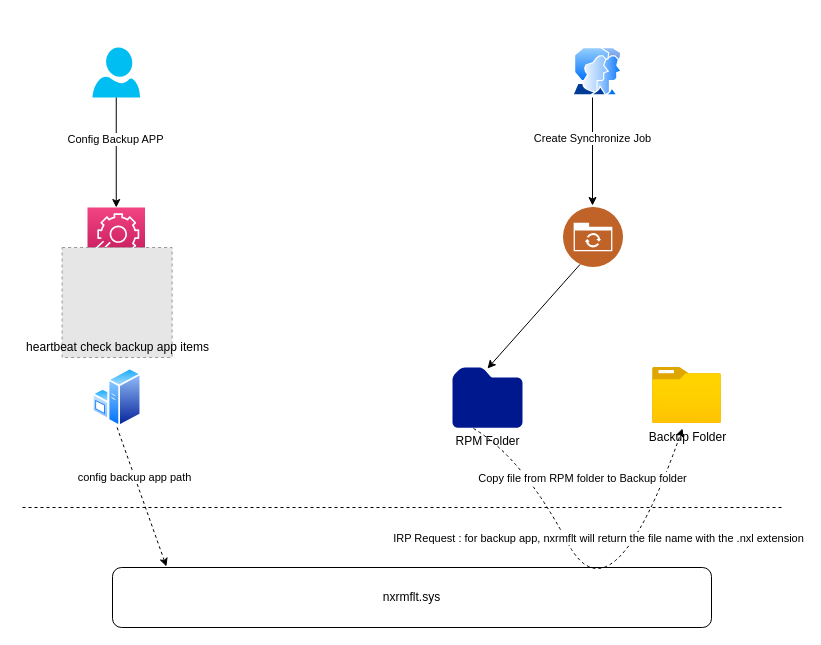
Before: BACKUP_1.drawio in linfenwen/draw_io, a draw.io diagram. Source tidied: cells renumbered, new cells numbered last; positions are measured from the earlier drawing's top-left corner, leaving out a move shared by most shapes. Both pictures are drawn from the tidied source at 100%, with x=0, y=0 at pixel (17, 47). Pictures stored in the file or linked from it are replaced by grey dashed boxes.
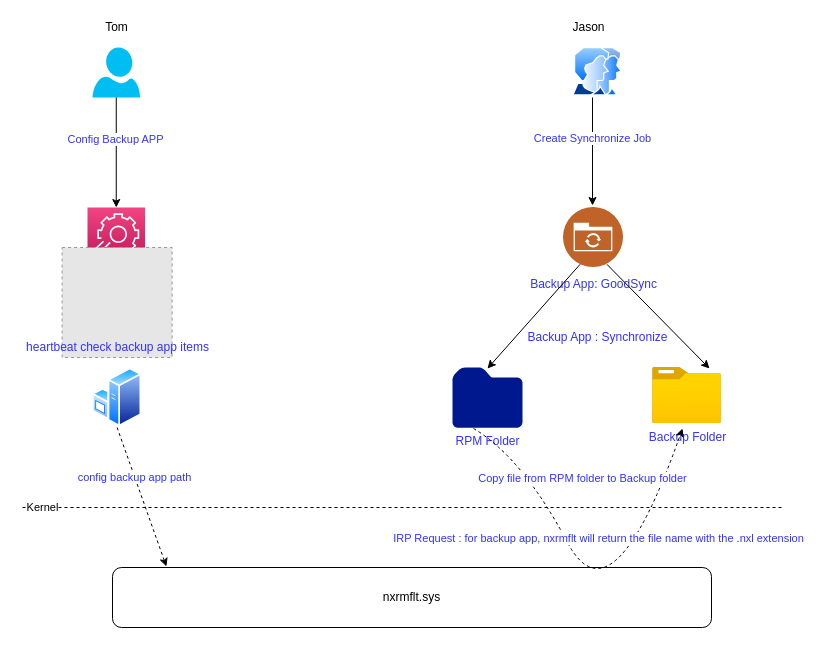
The same page after the edit.

Unchanged cells that the change refers to:
```xml
<mxCell id="9" style="endArrow=none;dashed=1;html=1;" parent="1" edge="1">
  <mxGeometry relative="1" as="geometry">
    <mxPoint x="5" y="460" as="sourcePoint" />
    <mxPoint x="765" y="460" as="targetPoint" />
  </mxGeometry>
</mxCell>
<mxCell id="11" style="endArrow=classic;html=1;exitX=0.5;exitY=1;exitDx=0;exitDy=0;exitPerimeter=0;" parent="1" edge="1" source="2" target="4">
  <mxGeometry relative="1" as="geometry" />
</mxCell>
<mxCell id="13" style="endArrow=classic;html=1;" parent="1" edge="1">
  <mxGeometry relative="1" as="geometry">
    <mxPoint x="575" y="50" as="sourcePoint" />
    <mxPoint x="575" y="158" as="targetPoint" />
  </mxGeometry>
</mxCell>
<mxCell id="16" style="curved=1;endArrow=classic;html=1;exitX=0.3;exitY=1.013;exitDx=0;exitDy=0;exitPerimeter=0;dashed=1;" parent="1" edge="1" source="6">
  <mxGeometry relative="1" as="geometry">
    <mxPoint x="665" y="381" as="targetPoint" />
    <Array as="points">
      <mxPoint x="505" y="410" />
      <mxPoint x="595" y="580" />
    </Array>
  </mxGeometry>
</mxCell>
<mxCell id="21" style="endArrow=classic;html=1;dashed=1;exitX=0.5;exitY=1;exitDx=0;exitDy=0;entryX=0.09;entryY=-0.017;entryDx=0;entryDy=0;entryPerimeter=0;" parent="1" edge="1" source="8" target="10">
  <mxGeometry relative="1" as="geometry" />
</mxCell>
```

The edit, as a diff of the source:
```diff
@@
-    <mxCell id="5" style="perimeter=ellipsePerimeter;html=1;align=center;shadow=0;dashed=0;fontColor=#4277BB;labelBackgroundColor=#ffffff;fontSize=12;spacingTop=3;image;image=img/lib/ibm/social/file_sync.svg;" parent="1" vertex="1">
+    <mxCell id="5" value="&lt;font color=&quot;#3333ff&quot;&gt;Backup App: GoodSync&lt;/font&gt;" style="perimeter=ellipsePerimeter;html=1;align=center;shadow=0;dashed=0;fontColor=#4277BB;labelBackgroundColor=#ffffff;fontSize=12;spacingTop=3;image;image=img/lib/ibm/social/file_sync.svg;" parent="1" vertex="1">
       <mxGeometry x="546" y="160" width="60" height="60" as="geometry" />
     </mxCell>
-    <mxCell id="6" value="RPM Folder" style="shadow=0;dashed=0;html=1;strokeColor=none;labelPosition=center;verticalLabelPosition=bottom;verticalAlign=top;align=center;fillColor=#00188D;shape=mxgraph.mscae.enterprise.folder;" parent="1" vertex="1">
+    <mxCell id="6" value="&lt;font color=&quot;#3333ff&quot;&gt;RPM Folder&lt;/font&gt;" style="shadow=0;dashed=0;html=1;strokeColor=none;labelPosition=center;verticalLabelPosition=bottom;verticalAlign=top;align=center;fillColor=#00188D;shape=mxgraph.mscae.enterprise.folder;" parent="1" vertex="1">
       <mxGeometry x="435" y="320" width="70" height="60.2" as="geometry" />
     </mxCell>
-    <mxCell id="7" value="Backup Folder" style="html=1;points=[];align=center;image;fontSize=12;image=img/lib/azure2/general/Folder_Blank.svg;" parent="1" vertex="1">
+    <mxCell id="7" value="&lt;font color=&quot;#3333ff&quot;&gt;Backup Folder&lt;/font&gt;" style="html=1;points=[];align=center;image;fontSize=12;image=img/lib/azure2/general/Folder_Blank.svg;" parent="1" vertex="1">
       <mxGeometry x="635" y="320" width="69" height="56" as="geometry" />
     </mxCell>
@@
+    <mxCell id="23" value="Kernel" style="edgeLabel;html=1;align=center;verticalAlign=middle;" parent="9" vertex="1">
+      <mxGeometry x="-0.95" y="1" relative="1" as="geometry" />
+    </mxCell>
@@
-    <mxCell id="12" value="Config Backup APP" style="edgeLabel;html=1;align=center;verticalAlign=middle;" parent="11" vertex="1">
+    <mxCell id="12" value="&lt;font color=&quot;#3333ff&quot;&gt;Config Backup APP&lt;/font&gt;" style="edgeLabel;html=1;align=center;verticalAlign=middle;" parent="11" vertex="1">
       <mxGeometry x="-0.25" y="-1" relative="1" as="geometry" />
     </mxCell>
@@
-    <mxCell id="14" value="Create Synchronize Job" style="edgeLabel;html=1;align=center;verticalAlign=middle;" parent="13" vertex="1">
+    <mxCell id="14" value="&lt;font color=&quot;#3333ff&quot;&gt;Create Synchronize Job&lt;/font&gt;" style="edgeLabel;html=1;align=center;verticalAlign=middle;" parent="13" vertex="1">
       <mxGeometry x="-0.26" y="-1" relative="1" as="geometry" />
     </mxCell>
@@
-    <mxCell id="17" value="IRP Request : for backup app, nxrmflt will return the file name with the .nxl extension" style="edgeLabel;html=1;align=center;verticalAlign=middle;" parent="16" vertex="1">
+    <mxCell id="17" value="&lt;font color=&quot;#3333ff&quot;&gt;IRP Request : for backup app, nxrmflt will return the file name with the .nxl extension&lt;/font&gt;" style="edgeLabel;html=1;align=center;verticalAlign=middle;" parent="16" vertex="1">
       <mxGeometry x="-0.4" y="-2" relative="1" as="geometry">
         <mxPoint x="39.3" y="8.3" as="offset" />
       </mxGeometry>
     </mxCell>
-    <mxCell id="18" value="Copy file from RPM folder to Backup folder" style="edgeLabel;html=1;align=center;verticalAlign=middle;" parent="16" vertex="1">
+    <mxCell id="18" value="&lt;font color=&quot;#3333ff&quot;&gt;Copy file from RPM folder to Backup folder&lt;/font&gt;" style="edgeLabel;html=1;align=center;verticalAlign=middle;" parent="16" vertex="1">
       <mxGeometry x="-0.7" y="-7" relative="1" as="geometry">
         <mxPoint x="60.5" y="6.1" as="offset" />
       </mxGeometry>
     </mxCell>
@@
-    <mxCell id="20" value="heartbeat check backup app items" style="text;html=1;align=center;verticalAlign=middle;" parent="1" vertex="1">
+    <mxCell id="20" value="&lt;font color=&quot;#3333ff&quot;&gt;heartbeat check backup app items&lt;/font&gt;" style="text;html=1;align=center;verticalAlign=middle;" parent="1" vertex="1">
       <mxGeometry x="-0.4" y="290" width="200" height="20" as="geometry" />
     </mxCell>
@@
-    <mxCell id="22" value="config backup app path" style="edgeLabel;html=1;align=center;verticalAlign=middle;" parent="21" vertex="1">
+    <mxCell id="22" value="&lt;font color=&quot;#3333ff&quot;&gt;config backup app path&lt;/font&gt;" style="edgeLabel;html=1;align=center;verticalAlign=middle;" parent="21" vertex="1">
       <mxGeometry x="-0.3" y="-1" relative="1" as="geometry" />
     </mxCell>
+    <mxCell id="24" value="Tom" style="text;html=1;align=center;verticalAlign=middle;" parent="1" vertex="1">
+      <mxGeometry x="78.8" y="-30" width="40" height="20" as="geometry" />
+    </mxCell>
+    <mxCell id="25" value="Jason" style="text;html=1;align=center;verticalAlign=middle;" parent="1" vertex="1">
+      <mxGeometry x="546" y="-30" width="50" height="20" as="geometry" />
+    </mxCell>
+    <mxCell id="26" style="endArrow=classic;html=1;exitX=0.75;exitY=1;exitDx=0;exitDy=0;entryX=0.826;entryY=0.018;entryDx=0;entryDy=0;entryPerimeter=0;" parent="1" edge="1" source="5" target="7">
+      <mxGeometry relative="1" as="geometry" />
+    </mxCell>
+    <mxCell id="27" value="&lt;font color=&quot;#3333ff&quot;&gt;Backup App : Synchronize&lt;/font&gt;" style="text;html=1;align=center;verticalAlign=middle;" parent="1" vertex="1">
+      <mxGeometry x="505" y="280" width="150" height="20" as="geometry" />
+    </mxCell>
```
